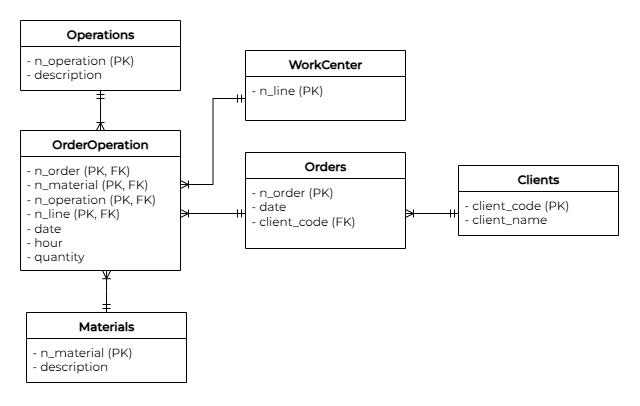
This is reference_models/dataset_b.png from pedroccg/erdify, a draw.io export, as it was before one commit. Source tidied: cells renumbered, new cells last; positions are measured from the earlier drawing's top-left corner, leaving out a move shared by most shapes.
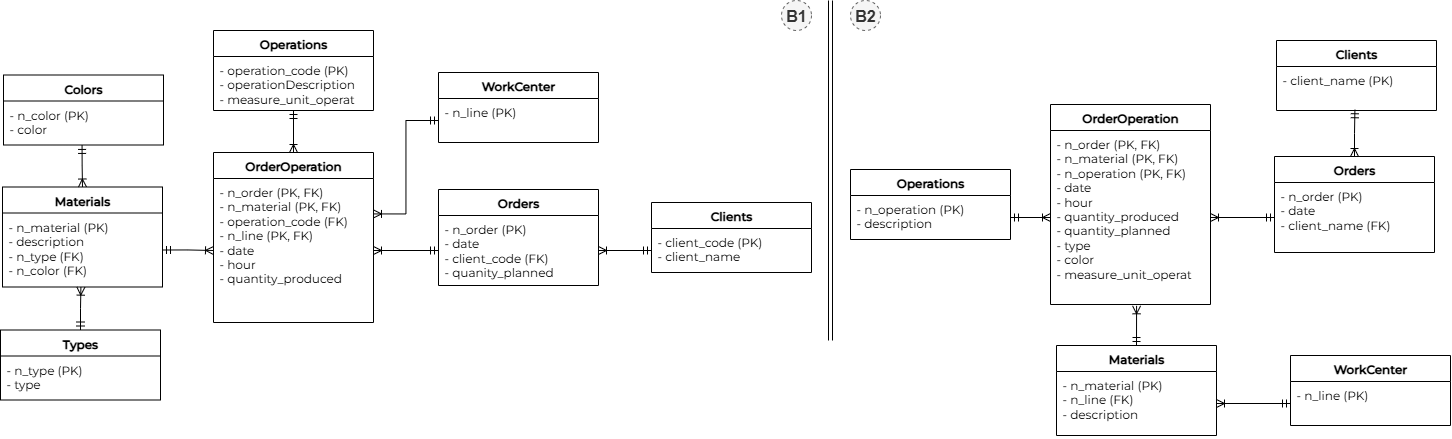
The same diagram one commit later.

The edit, as a diff of the source:
```diff
@@ -6,37 +6,37 @@
       <mxGeometry relative="1" as="geometry" />
     </mxCell>
     <mxCell id="3" value="OrderOperation" style="swimlane;fontStyle=1;align=center;verticalAlign=top;horizontal=1;startSize=26;whiteSpace=wrap;html=1;fontFamily=Montserrat;fontSource=https%3A%2F%2Ffonts.googleapis.com%2Fcss%3Ffamily%3DMontserrat;" parent="1" vertex="1">
-      <mxGeometry y="110" width="160" height="140" as="geometry" />
+      <mxGeometry x="1" y="122" width="160" height="170" as="geometry" />
     </mxCell>
-    <mxCell id="4" value="&lt;div&gt;&lt;div&gt;- n_order (PK, FK)&lt;/div&gt;&lt;div&gt;- n_material (PK, FK)&lt;/div&gt;&lt;div&gt;- n_operation (PK, FK)&lt;/div&gt;&lt;div&gt;- n_line (PK, FK)&lt;/div&gt;&lt;div&gt;- date&lt;/div&gt;&lt;div&gt;- hour&lt;/div&gt;&lt;div&gt;- quantity&lt;/div&gt;&lt;/div&gt;" style="text;align=left;verticalAlign=top;spacingLeft=4;spacingRight=4;overflow=hidden;points=[[0,0.5],[1,0.5]];portConstraint=eastwest;whiteSpace=wrap;html=1;fontFamily=Montserrat;fontSource=https%3A%2F%2Ffonts.googleapis.com%2Fcss%3Ffamily%3DMontserrat;" parent="3" vertex="1">
-      <mxGeometry y="26" width="160" height="114" as="geometry" />
+    <mxCell id="4" value="&lt;div&gt;- n_order (PK, FK)&lt;/div&gt;&lt;div&gt;- n_material (PK, FK)&lt;/div&gt;- operation_code (FK)&lt;br&gt;&lt;div&gt;&lt;span style=&quot;background-color: transparent; color: light-dark(rgb(0, 0, 0), rgb(255, 255, 255));&quot;&gt;- n_line (PK, FK)&lt;/span&gt;&lt;/div&gt;&lt;div&gt;- date&lt;/div&gt;&lt;div&gt;- hour&lt;/div&gt;&lt;div&gt;- quantity_produced&lt;/div&gt;&lt;div&gt;&lt;br&gt;&lt;/div&gt;" style="text;align=left;verticalAlign=top;spacingLeft=4;spacingRight=4;overflow=hidden;points=[[0,0.5],[1,0.5]];portConstraint=eastwest;whiteSpace=wrap;html=1;fontFamily=Montserrat;fontSource=https%3A%2F%2Ffonts.googleapis.com%2Fcss%3Ffamily%3DMontserrat;" parent="3" vertex="1">
+      <mxGeometry y="26" width="160" height="144" as="geometry" />
     </mxCell>
     <mxCell id="5" style="edgeStyle=orthogonalEdgeStyle;rounded=0;jettySize=auto;html=1;exitX=0.5;exitY=1;exitDx=0;exitDy=0;entryX=0.5;entryY=0;entryDx=0;entryDy=0;startArrow=ERmandOne;startFill=0;endArrow=ERoneToMany;endFill=0;fontFamily=Montserrat;fontSource=https%3A%2F%2Ffonts.googleapis.com%2Fcss%3Ffamily%3DMontserrat;" parent="1" edge="1" source="6" target="3">
       <mxGeometry relative="1" as="geometry" />
     </mxCell>
     <mxCell id="6" value="Operations" style="swimlane;fontStyle=1;align=center;verticalAlign=top;horizontal=1;startSize=26;whiteSpace=wrap;html=1;fontFamily=Montserrat;fontSource=https%3A%2F%2Ffonts.googleapis.com%2Fcss%3Ffamily%3DMontserrat;" parent="1" vertex="1">
-      <mxGeometry width="160" height="70" as="geometry" />
+      <mxGeometry x="1" width="160" height="80" as="geometry" />
     </mxCell>
-    <mxCell id="7" value="- n_operation (PK)&lt;br&gt;- description" style="text;align=left;verticalAlign=top;spacingLeft=4;spacingRight=4;overflow=hidden;whiteSpace=wrap;html=1;fontFamily=Montserrat;fontSource=https%3A%2F%2Ffonts.googleapis.com%2Fcss%3Ffamily%3DMontserrat;" parent="6" vertex="1">
-      <mxGeometry y="26" width="160" height="44" as="geometry" />
+    <mxCell id="7" value="- operation_code (PK)&lt;br&gt;- operationDescription&lt;div&gt;- measure_unit_operat&lt;/div&gt;" style="text;align=left;verticalAlign=top;spacingLeft=4;spacingRight=4;overflow=hidden;whiteSpace=wrap;html=1;fontFamily=Montserrat;fontSource=https%3A%2F%2Ffonts.googleapis.com%2Fcss%3Ffamily%3DMontserrat;" parent="6" vertex="1">
+      <mxGeometry y="26" width="160" height="54" as="geometry" />
     </mxCell>
-    <mxCell id="8" style="edgeStyle=orthogonalEdgeStyle;rounded=0;jettySize=auto;html=1;exitX=0.5;exitY=0;exitDx=0;exitDy=0;entryX=0.538;entryY=1.002;entryDx=0;entryDy=0;startArrow=ERmandOne;startFill=0;endArrow=ERoneToMany;endFill=0;fontFamily=Montserrat;fontSource=https%3A%2F%2Ffonts.googleapis.com%2Fcss%3Ffamily%3DMontserrat;entryPerimeter=0;" parent="1" edge="1" source="9" target="4">
+    <mxCell id="8" style="edgeStyle=orthogonalEdgeStyle;rounded=0;jettySize=auto;html=1;exitX=1;exitY=0.5;exitDx=0;exitDy=0;entryX=0;entryY=0.5;entryDx=0;entryDy=0;startArrow=ERmandOne;startFill=0;endArrow=ERoneToMany;endFill=0;fontFamily=Montserrat;fontSource=https%3A%2F%2Ffonts.googleapis.com%2Fcss%3Ffamily%3DMontserrat;" parent="1" edge="1" source="10" target="4">
       <mxGeometry relative="1" as="geometry" />
     </mxCell>
     <mxCell id="9" value="Materials" style="swimlane;fontStyle=1;align=center;verticalAlign=top;horizontal=1;startSize=26;whiteSpace=wrap;html=1;fontFamily=Montserrat;fontSource=https%3A%2F%2Ffonts.googleapis.com%2Fcss%3Ffamily%3DMontserrat;" parent="1" vertex="1">
-      <mxGeometry x="6" y="292" width="160" height="70" as="geometry" />
+      <mxGeometry x="-210" y="156.5" width="160" height="100" as="geometry" />
     </mxCell>
-    <mxCell id="10" value="- n_material (PK)&lt;br&gt;- description" style="text;align=left;verticalAlign=top;spacingLeft=4;spacingRight=4;overflow=hidden;points=[[0,0.5],[1,0.5]];portConstraint=eastwest;whiteSpace=wrap;html=1;fontFamily=Montserrat;fontSource=https%3A%2F%2Ffonts.googleapis.com%2Fcss%3Ffamily%3DMontserrat;" parent="9" vertex="1">
-      <mxGeometry y="26" width="160" height="44" as="geometry" />
+    <mxCell id="10" value="- n_material (PK)&lt;br&gt;- description&lt;div&gt;- n_type (FK&lt;span style=&quot;background-color: transparent; color: light-dark(rgb(0, 0, 0), rgb(255, 255, 255));&quot;&gt;)&lt;/span&gt;&lt;/div&gt;&lt;div&gt;&lt;span style=&quot;background-color: transparent; color: light-dark(rgb(0, 0, 0), rgb(255, 255, 255));&quot;&gt;- n_color (FK)&lt;/span&gt;&lt;/div&gt;" style="text;align=left;verticalAlign=top;spacingLeft=4;spacingRight=4;overflow=hidden;points=[[0,0.5],[1,0.5]];portConstraint=eastwest;whiteSpace=wrap;html=1;fontFamily=Montserrat;fontSource=https%3A%2F%2Ffonts.googleapis.com%2Fcss%3Ffamily%3DMontserrat;" parent="9" vertex="1">
+      <mxGeometry y="26" width="160" height="74" as="geometry" />
     </mxCell>
     <mxCell id="11" value="WorkCenter" style="swimlane;fontStyle=1;align=center;verticalAlign=top;horizontal=1;startSize=26;whiteSpace=wrap;html=1;fontFamily=Montserrat;fontSource=https%3A%2F%2Ffonts.googleapis.com%2Fcss%3Ffamily%3DMontserrat;" parent="1" vertex="1">
-      <mxGeometry x="225" y="30" width="160" height="70" as="geometry" />
+      <mxGeometry x="226" y="42" width="160" height="70" as="geometry" />
     </mxCell>
     <mxCell id="12" value="- n_line (PK)" style="text;align=left;verticalAlign=top;spacingLeft=4;spacingRight=4;overflow=hidden;points=[[0,0.5],[1,0.5]];portConstraint=eastwest;whiteSpace=wrap;html=1;fontFamily=Montserrat;fontSource=https%3A%2F%2Ffonts.googleapis.com%2Fcss%3Ffamily%3DMontserrat;" parent="11" vertex="1">
       <mxGeometry y="26" width="160" height="44" as="geometry" />
     </mxCell>
     <mxCell id="13" value="Clients" style="swimlane;fontStyle=1;align=center;verticalAlign=top;horizontal=1;startSize=26;whiteSpace=wrap;html=1;fontFamily=Montserrat;fontSource=https%3A%2F%2Ffonts.googleapis.com%2Fcss%3Ffamily%3DMontserrat;" parent="1" vertex="1">
-      <mxGeometry x="438" y="145" width="160" height="70" as="geometry" />
+      <mxGeometry x="439" y="172" width="160" height="70" as="geometry" />
     </mxCell>
     <mxCell id="14" value="&lt;div&gt;- client_code (PK)&lt;/div&gt;- client_name" style="text;align=left;verticalAlign=top;spacingLeft=4;spacingRight=4;overflow=hidden;points=[[0,0.5],[1,0.5]];portConstraint=eastwest;whiteSpace=wrap;html=1;fontFamily=Montserrat;fontSource=https%3A%2F%2Ffonts.googleapis.com%2Fcss%3Ffamily%3DMontserrat;" parent="13" vertex="1">
       <mxGeometry y="26" width="160" height="44" as="geometry" />
@@ -45,13 +45,96 @@
       <mxGeometry relative="1" as="geometry" />
     </mxCell>
     <mxCell id="16" value="Orders" style="swimlane;fontStyle=1;align=center;verticalAlign=top;horizontal=1;startSize=26;whiteSpace=wrap;html=1;fontFamily=Montserrat;fontSource=https%3A%2F%2Ffonts.googleapis.com%2Fcss%3Ffamily%3DMontserrat;" parent="1" vertex="1">
-      <mxGeometry x="225" y="132" width="160" height="96" as="geometry" />
+      <mxGeometry x="226" y="159" width="160" height="96" as="geometry" />
     </mxCell>
-    <mxCell id="17" value="- n_order (PK)&lt;div&gt;- date&lt;/div&gt;&lt;div&gt;- client_code (FK)&lt;/div&gt;" style="text;align=left;verticalAlign=top;spacingLeft=4;spacingRight=4;overflow=hidden;points=[[0,0.5],[1,0.5]];portConstraint=eastwest;whiteSpace=wrap;html=1;fontFamily=Montserrat;fontSource=https%3A%2F%2Ffonts.googleapis.com%2Fcss%3Ffamily%3DMontserrat;" parent="16" vertex="1">
+    <mxCell id="17" value="- n_order (PK)&lt;div&gt;- date&lt;/div&gt;&lt;div&gt;- client_code (FK)&lt;/div&gt;&lt;div&gt;- quanity_planned&lt;/div&gt;" style="text;align=left;verticalAlign=top;spacingLeft=4;spacingRight=4;overflow=hidden;points=[[0,0.5],[1,0.5]];portConstraint=eastwest;whiteSpace=wrap;html=1;fontFamily=Montserrat;fontSource=https%3A%2F%2Ffonts.googleapis.com%2Fcss%3Ffamily%3DMontserrat;" parent="16" vertex="1">
       <mxGeometry y="26" width="160" height="70" as="geometry" />
     </mxCell>
     <mxCell id="18" style="edgeStyle=orthogonalEdgeStyle;rounded=0;jettySize=auto;html=1;exitX=1;exitY=0.5;exitDx=0;exitDy=0;entryX=0;entryY=0.5;entryDx=0;entryDy=0;startArrow=ERoneToMany;startFill=0;endArrow=ERmandOne;endFill=0;fontFamily=Montserrat;fontSource=https%3A%2F%2Ffonts.googleapis.com%2Fcss%3Ffamily%3DMontserrat;" parent="1" edge="1" source="4" target="17">
       <mxGeometry relative="1" as="geometry" />
     </mxCell>
+    <mxCell id="19" style="endArrow=none;html=1;rounded=0;shape=link;" parent="1" edge="1">
+      <mxGeometry relative="1" as="geometry">
+        <mxPoint x="618" y="310" as="sourcePoint" />
+        <mxPoint x="618" y="-30" as="targetPoint" />
+      </mxGeometry>
+    </mxCell>
+    <mxCell id="20" value="B1" style="ellipse;whiteSpace=wrap;html=1;dashed=1;fontStyle=1;fontSize=16;fillColor=#f5f5f5;fontColor=#333333;strokeColor=#666666;" parent="1" vertex="1">
+      <mxGeometry x="569" y="-30" width="30" height="30" as="geometry" />
+    </mxCell>
+    <mxCell id="21" value="B2" style="ellipse;whiteSpace=wrap;html=1;dashed=1;fontStyle=1;fontSize=16;fillColor=#f5f5f5;fontColor=#333333;strokeColor=#666666;" parent="1" vertex="1">
+      <mxGeometry x="638" y="-30" width="30" height="30" as="geometry" />
+    </mxCell>
+    <mxCell id="22" style="edgeStyle=orthogonalEdgeStyle;rounded=0;jettySize=auto;html=1;exitX=0.5;exitY=0;exitDx=0;exitDy=0;entryX=0.49;entryY=0.983;entryDx=0;entryDy=0;startArrow=ERoneToMany;startFill=0;endArrow=ERmandOne;endFill=0;fontFamily=Montserrat;fontSource=https%3A%2F%2Ffonts.googleapis.com%2Fcss%3Ffamily%3DMontserrat;entryPerimeter=0;" parent="1" edge="1" source="36" target="34">
+      <mxGeometry relative="1" as="geometry" />
+    </mxCell>
+    <mxCell id="23" value="OrderOperation" style="swimlane;fontStyle=1;align=center;verticalAlign=top;horizontal=1;startSize=26;whiteSpace=wrap;html=1;fontFamily=Montserrat;fontSource=https%3A%2F%2Ffonts.googleapis.com%2Fcss%3Ffamily%3DMontserrat;" parent="1" vertex="1">
+      <mxGeometry x="838" y="74" width="160" height="200" as="geometry" />
+    </mxCell>
+    <mxCell id="24" value="&lt;div&gt;&lt;div&gt;- n_order (PK, FK)&lt;/div&gt;&lt;div&gt;- n_material (PK, FK)&lt;/div&gt;&lt;div&gt;- n_operation (PK, FK)&lt;/div&gt;&lt;div&gt;&lt;span style=&quot;background-color: transparent; color: light-dark(rgb(0, 0, 0), rgb(255, 255, 255));&quot;&gt;- date&lt;/span&gt;&lt;/div&gt;&lt;div&gt;- hour&lt;/div&gt;&lt;div&gt;-&amp;nbsp;&lt;span style=&quot;background-color: transparent; color: light-dark(rgb(0, 0, 0), rgb(255, 255, 255));&quot;&gt;quantity_produced&lt;/span&gt;&lt;/div&gt;&lt;/div&gt;&lt;div&gt;&lt;span style=&quot;background-color: transparent; color: light-dark(rgb(0, 0, 0), rgb(255, 255, 255));&quot;&gt;-&amp;nbsp;&lt;/span&gt;&lt;span style=&quot;background-color: transparent; color: light-dark(rgb(0, 0, 0), rgb(255, 255, 255));&quot;&gt;quantity_planned&lt;/span&gt;&lt;/div&gt;&lt;div&gt;- type&lt;br&gt;- color&lt;/div&gt;&lt;div&gt;- measure_unit_operat&lt;/div&gt;" style="text;align=left;verticalAlign=top;spacingLeft=4;spacingRight=4;overflow=hidden;points=[[0,0.5],[1,0.5]];portConstraint=eastwest;whiteSpace=wrap;html=1;fontFamily=Montserrat;fontSource=https%3A%2F%2Ffonts.googleapis.com%2Fcss%3Ffamily%3DMontserrat;" parent="23" vertex="1">
+      <mxGeometry y="26" width="160" height="174" as="geometry" />
+    </mxCell>
+    <mxCell id="25" style="edgeStyle=orthogonalEdgeStyle;rounded=0;jettySize=auto;html=1;exitX=1;exitY=0.5;exitDx=0;exitDy=0;entryX=0;entryY=0.5;entryDx=0;entryDy=0;startArrow=ERmandOne;startFill=0;endArrow=ERoneToMany;endFill=0;fontFamily=Montserrat;fontSource=https%3A%2F%2Ffonts.googleapis.com%2Fcss%3Ffamily%3DMontserrat;" parent="1" edge="1" source="27" target="24">
+      <mxGeometry relative="1" as="geometry" />
+    </mxCell>
+    <mxCell id="26" value="Operations" style="swimlane;fontStyle=1;align=center;verticalAlign=top;horizontal=1;startSize=26;whiteSpace=wrap;html=1;fontFamily=Montserrat;fontSource=https%3A%2F%2Ffonts.googleapis.com%2Fcss%3Ffamily%3DMontserrat;" parent="1" vertex="1">
+      <mxGeometry x="638" y="139" width="160" height="70" as="geometry" />
+    </mxCell>
+    <mxCell id="27" value="- n_operation (PK)&lt;br&gt;- description" style="text;align=left;verticalAlign=top;spacingLeft=4;spacingRight=4;overflow=hidden;points=[[0,0.5],[1,0.5]];portConstraint=eastwest;whiteSpace=wrap;html=1;fontFamily=Montserrat;fontSource=https%3A%2F%2Ffonts.googleapis.com%2Fcss%3Ffamily%3DMontserrat;" parent="26" vertex="1">
+      <mxGeometry y="26" width="160" height="44" as="geometry" />
+    </mxCell>
+    <mxCell id="28" style="edgeStyle=orthogonalEdgeStyle;rounded=0;jettySize=auto;html=1;exitX=0.5;exitY=0;exitDx=0;exitDy=0;entryX=0.538;entryY=1.002;entryDx=0;entryDy=0;startArrow=ERmandOne;startFill=0;endArrow=ERoneToMany;endFill=0;fontFamily=Montserrat;fontSource=https%3A%2F%2Ffonts.googleapis.com%2Fcss%3Ffamily%3DMontserrat;entryPerimeter=0;" parent="1" edge="1" source="29">
+      <mxGeometry relative="1" as="geometry">
+        <mxPoint x="924.1" y="275.3" as="targetPoint" />
+      </mxGeometry>
+    </mxCell>
+    <mxCell id="29" value="Materials" style="swimlane;fontStyle=1;align=center;verticalAlign=top;horizontal=1;startSize=26;whiteSpace=wrap;html=1;fontFamily=Montserrat;fontSource=https%3A%2F%2Ffonts.googleapis.com%2Fcss%3Ffamily%3DMontserrat;" parent="1" vertex="1">
+      <mxGeometry x="844" y="315" width="160" height="90" as="geometry" />
+    </mxCell>
+    <mxCell id="30" value="- n_material (PK)&lt;div&gt;- n_line (FK)&lt;br&gt;- description&lt;/div&gt;" style="text;align=left;verticalAlign=top;spacingLeft=4;spacingRight=4;overflow=hidden;points=[[0,0.5],[1,0.5]];portConstraint=eastwest;whiteSpace=wrap;html=1;fontFamily=Montserrat;fontSource=https%3A%2F%2Ffonts.googleapis.com%2Fcss%3Ffamily%3DMontserrat;" parent="29" vertex="1">
+      <mxGeometry y="26" width="160" height="64" as="geometry" />
+    </mxCell>
+    <mxCell id="31" value="WorkCenter" style="swimlane;fontStyle=1;align=center;verticalAlign=top;horizontal=1;startSize=26;whiteSpace=wrap;html=1;fontFamily=Montserrat;fontSource=https%3A%2F%2Ffonts.googleapis.com%2Fcss%3Ffamily%3DMontserrat;" parent="1" vertex="1">
+      <mxGeometry x="1078" y="325" width="160" height="70" as="geometry" />
+    </mxCell>
+    <mxCell id="32" value="- n_line (PK)" style="text;align=left;verticalAlign=top;spacingLeft=4;spacingRight=4;overflow=hidden;points=[[0,0.5],[1,0.5]];portConstraint=eastwest;whiteSpace=wrap;html=1;fontFamily=Montserrat;fontSource=https%3A%2F%2Ffonts.googleapis.com%2Fcss%3Ffamily%3DMontserrat;" parent="31" vertex="1">
+      <mxGeometry y="26" width="160" height="44" as="geometry" />
+    </mxCell>
+    <mxCell id="33" value="Clients" style="swimlane;fontStyle=1;align=center;verticalAlign=top;horizontal=1;startSize=26;whiteSpace=wrap;html=1;fontFamily=Montserrat;fontSource=https%3A%2F%2Ffonts.googleapis.com%2Fcss%3Ffamily%3DMontserrat;" parent="1" vertex="1">
+      <mxGeometry x="1064" y="10" width="160" height="70" as="geometry" />
+    </mxCell>
+    <mxCell id="34" value="&lt;div&gt;&lt;span style=&quot;background-color: transparent; color: light-dark(rgb(0, 0, 0), rgb(255, 255, 255));&quot;&gt;- client_name (PK)&lt;/span&gt;&lt;/div&gt;" style="text;align=left;verticalAlign=top;spacingLeft=4;spacingRight=4;overflow=hidden;points=[[0,0.5],[1,0.5]];portConstraint=eastwest;whiteSpace=wrap;html=1;fontFamily=Montserrat;fontSource=https%3A%2F%2Ffonts.googleapis.com%2Fcss%3Ffamily%3DMontserrat;" parent="33" vertex="1">
+      <mxGeometry y="26" width="160" height="44" as="geometry" />
+    </mxCell>
+    <mxCell id="35" style="edgeStyle=orthogonalEdgeStyle;rounded=0;jettySize=auto;html=1;exitX=1;exitY=0.5;exitDx=0;exitDy=0;entryX=0;entryY=0.5;entryDx=0;entryDy=0;startArrow=ERoneToMany;startFill=0;endArrow=ERmandOne;endFill=0;fontFamily=Montserrat;fontSource=https%3A%2F%2Ffonts.googleapis.com%2Fcss%3Ffamily%3DMontserrat;" parent="1" edge="1" source="30" target="32">
+      <mxGeometry relative="1" as="geometry" />
+    </mxCell>
+    <mxCell id="36" value="Orders" style="swimlane;fontStyle=1;align=center;verticalAlign=top;horizontal=1;startSize=26;whiteSpace=wrap;html=1;fontFamily=Montserrat;fontSource=https%3A%2F%2Ffonts.googleapis.com%2Fcss%3Ffamily%3DMontserrat;" parent="1" vertex="1">
+      <mxGeometry x="1062" y="126" width="160" height="96" as="geometry" />
+    </mxCell>
+    <mxCell id="37" value="- n_order (PK)&lt;div&gt;- date&lt;/div&gt;&lt;div&gt;- client_name (FK)&lt;/div&gt;" style="text;align=left;verticalAlign=top;spacingLeft=4;spacingRight=4;overflow=hidden;points=[[0,0.5],[1,0.5]];portConstraint=eastwest;whiteSpace=wrap;html=1;fontFamily=Montserrat;fontSource=https%3A%2F%2Ffonts.googleapis.com%2Fcss%3Ffamily%3DMontserrat;" parent="36" vertex="1">
+      <mxGeometry y="26" width="160" height="70" as="geometry" />
+    </mxCell>
+    <mxCell id="38" style="edgeStyle=orthogonalEdgeStyle;rounded=0;jettySize=auto;html=1;exitX=1;exitY=0.5;exitDx=0;exitDy=0;entryX=0;entryY=0.5;entryDx=0;entryDy=0;startArrow=ERoneToMany;startFill=0;endArrow=ERmandOne;endFill=0;fontFamily=Montserrat;fontSource=https%3A%2F%2Ffonts.googleapis.com%2Fcss%3Ffamily%3DMontserrat;" parent="1" edge="1" source="24" target="37">
+      <mxGeometry relative="1" as="geometry" />
+    </mxCell>
+    <mxCell id="39" value="Types" style="swimlane;fontStyle=1;align=center;verticalAlign=top;horizontal=1;startSize=26;whiteSpace=wrap;html=1;fontFamily=Montserrat;fontSource=https%3A%2F%2Ffonts.googleapis.com%2Fcss%3Ffamily%3DMontserrat;" parent="1" vertex="1">
+      <mxGeometry x="-212" y="299.5" width="160" height="70" as="geometry" />
+    </mxCell>
+    <mxCell id="40" value="- n_type (PK)&lt;div&gt;- type&lt;/div&gt;" style="text;align=left;verticalAlign=top;spacingLeft=4;spacingRight=4;overflow=hidden;whiteSpace=wrap;html=1;fontFamily=Montserrat;fontSource=https%3A%2F%2Ffonts.googleapis.com%2Fcss%3Ffamily%3DMontserrat;" parent="39" vertex="1">
+      <mxGeometry y="26" width="160" height="44" as="geometry" />
+    </mxCell>
+    <mxCell id="41" value="Colors" style="swimlane;fontStyle=1;align=center;verticalAlign=top;horizontal=1;startSize=26;whiteSpace=wrap;html=1;fontFamily=Montserrat;fontSource=https%3A%2F%2Ffonts.googleapis.com%2Fcss%3Ffamily%3DMontserrat;" parent="1" vertex="1">
+      <mxGeometry x="-209" y="44.5" width="160" height="70" as="geometry" />
+    </mxCell>
+    <mxCell id="42" value="- n_color (PK)&lt;div&gt;- color&lt;/div&gt;" style="text;align=left;verticalAlign=top;spacingLeft=4;spacingRight=4;overflow=hidden;points=[[0,0.5],[1,0.5]];portConstraint=eastwest;whiteSpace=wrap;html=1;fontFamily=Montserrat;fontSource=https%3A%2F%2Ffonts.googleapis.com%2Fcss%3Ffamily%3DMontserrat;" parent="41" vertex="1">
+      <mxGeometry y="26" width="160" height="44" as="geometry" />
+    </mxCell>
+    <mxCell id="43" style="edgeStyle=orthogonalEdgeStyle;rounded=0;jettySize=auto;html=1;exitX=0.491;exitY=1.01;exitDx=0;exitDy=0;startArrow=ERmandOne;startFill=0;endArrow=ERoneToMany;endFill=0;entryX=0.5;entryY=0;entryDx=0;entryDy=0;exitPerimeter=0;" parent="1" edge="1" source="42" target="9">
+      <mxGeometry relative="1" as="geometry" />
+    </mxCell>
+    <mxCell id="44" style="edgeStyle=orthogonalEdgeStyle;rounded=0;jettySize=auto;html=1;exitX=0.5;exitY=0;exitDx=0;exitDy=0;entryX=0.49;entryY=1.002;entryDx=0;entryDy=0;endArrow=ERoneToMany;endFill=0;startArrow=ERmandOne;startFill=0;entryPerimeter=0;" parent="1" edge="1" source="39" target="10">
+      <mxGeometry relative="1" as="geometry" />
+    </mxCell>
   </root>
 </mxGraphModel>
```
